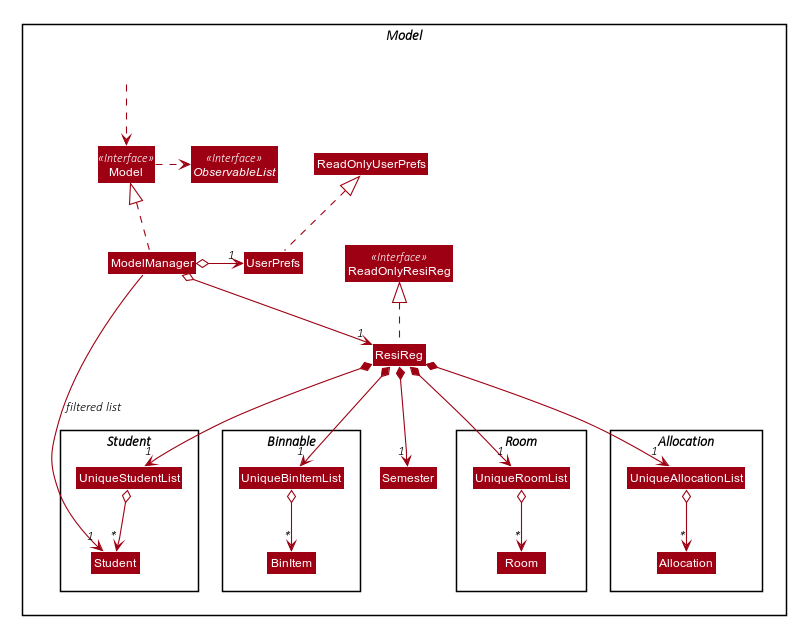
Earlier version of the PlantUML export docs/images/ModelClassDiagram.png (nus-cs2103-AY2021S1/tp).
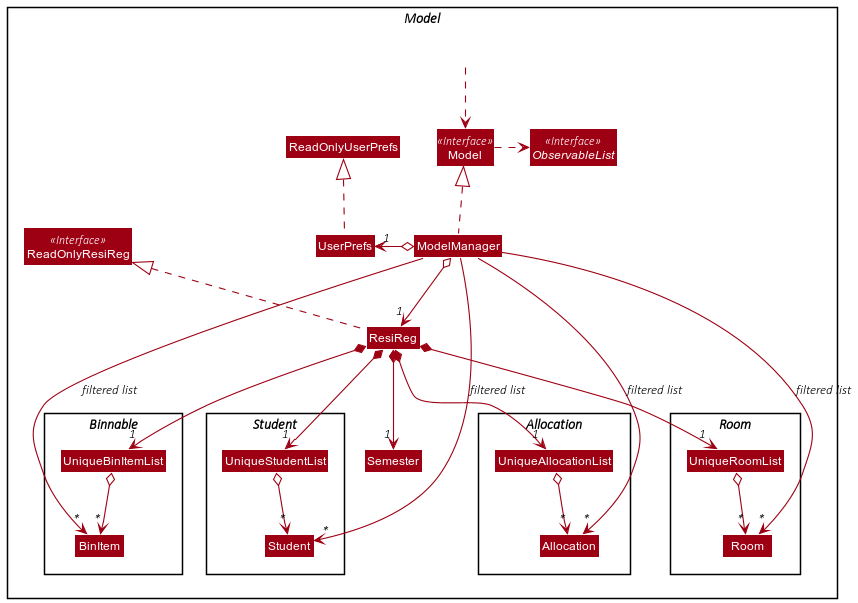
The same file after the commit.

Commit message:
Update ModelManager class diagram

See https://github.com/nus-cs2103-AY2021S1/forum/issues/398 .

Diff of the diagram source:
```diff
@@ -1,55 +1,8 @@
 @startuml
-
-
-
-
-
-
-
-
-skinparam BackgroundColor #FFFFFFF
-
-skinparam Shadowing false
-
-skinparam Class {
-    FontColor #FFFFFF
-    BorderThickness 1
-    BorderColor #FFFFFF
-    StereotypeFontColor #FFFFFF
-    FontName Arial
-}
-
-skinparam Actor {
-    BorderColor #000000
-    Color #000000
-    FontName Arial
-}
-
-skinparam Sequence {
-    MessageAlign center
-    BoxFontSize 15
-    BoxPadding 0
-    BoxFontColor #FFFFFF
-    FontName Arial
-}
-
-skinparam Participant {
-    FontColor #FFFFFFF
-    Padding 20
-}
-
-skinparam MinClassWidth 50
-skinparam ParticipantPadding 10
-skinparam Shadowing false
-skinparam DefaultTextAlignment center
-skinparam packageStyle Rectangle
-
-hide footbox
-hide members
-hide circle
+!include style.puml
 skinparam arrowThickness 1.1
-skinparam arrowColor #9D0012
-skinparam classBackgroundColor #9D0012
+skinparam arrowColor MODEL_COLOR
+skinparam classBackgroundColor MODEL_COLOR
 
 Package Model <<Rectangle>>{
 Interface ReadOnlyResiReg <<Interface>>
@@ -103,5 +56,9 @@
 
 ResiReg *--> "1" Semester
 
-ModelManager -->"1" Student : filtered list
+ModelManager -->"*" Student : filtered list
+ModelManager -->"*" Room : filtered list
+ModelManager -->"*" BinItem : filtered list
+ModelManager -->"*" Allocation : filtered list
+
 @enduml
```
